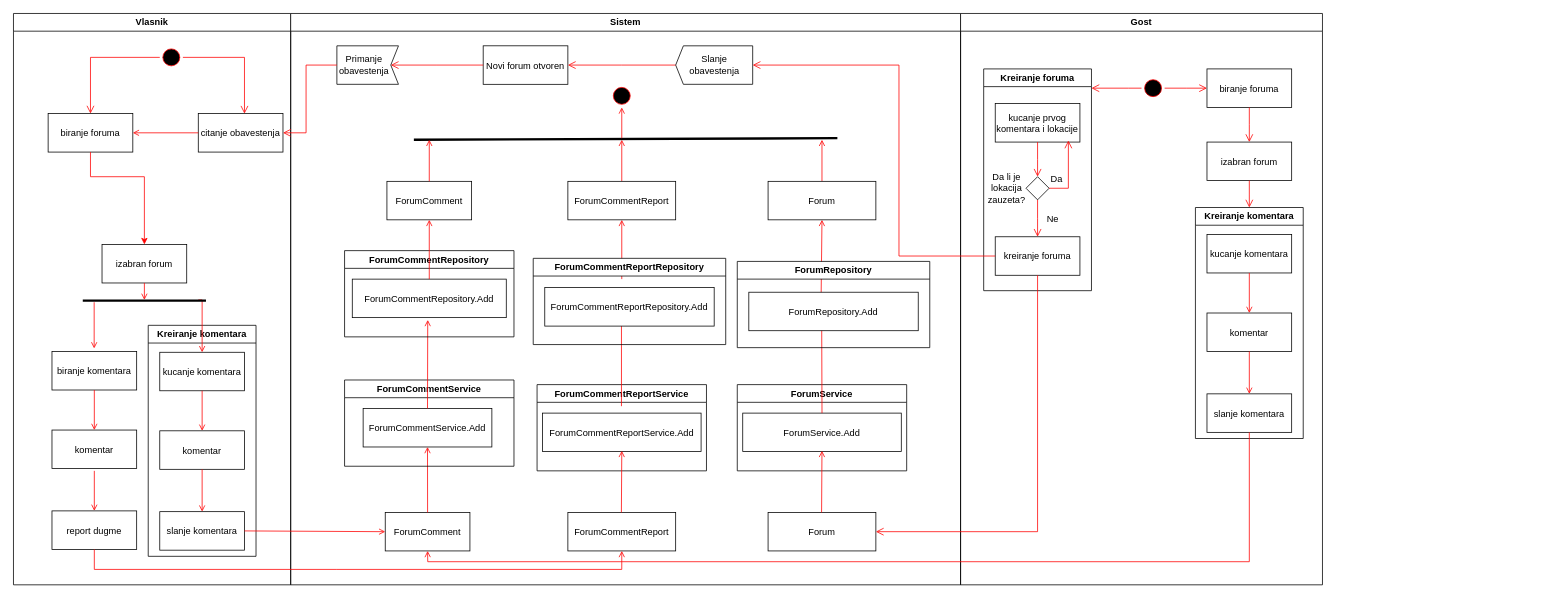
The draw.io diagram Diagrams/OwnerDiagrams/Dijagram aktivnosti.drawio in NenadGvozdenac/Simulacija-i-modeliranje-sistema, before the edit. Source tidied: cells renumbered, new cells numbered last; positions are measured from the earlier drawing's top-left corner, leaving out a move shared by most shapes. Both pictures are drawn from the tidied source at 77%, with x=0, y=0 at pixel (13, 13).
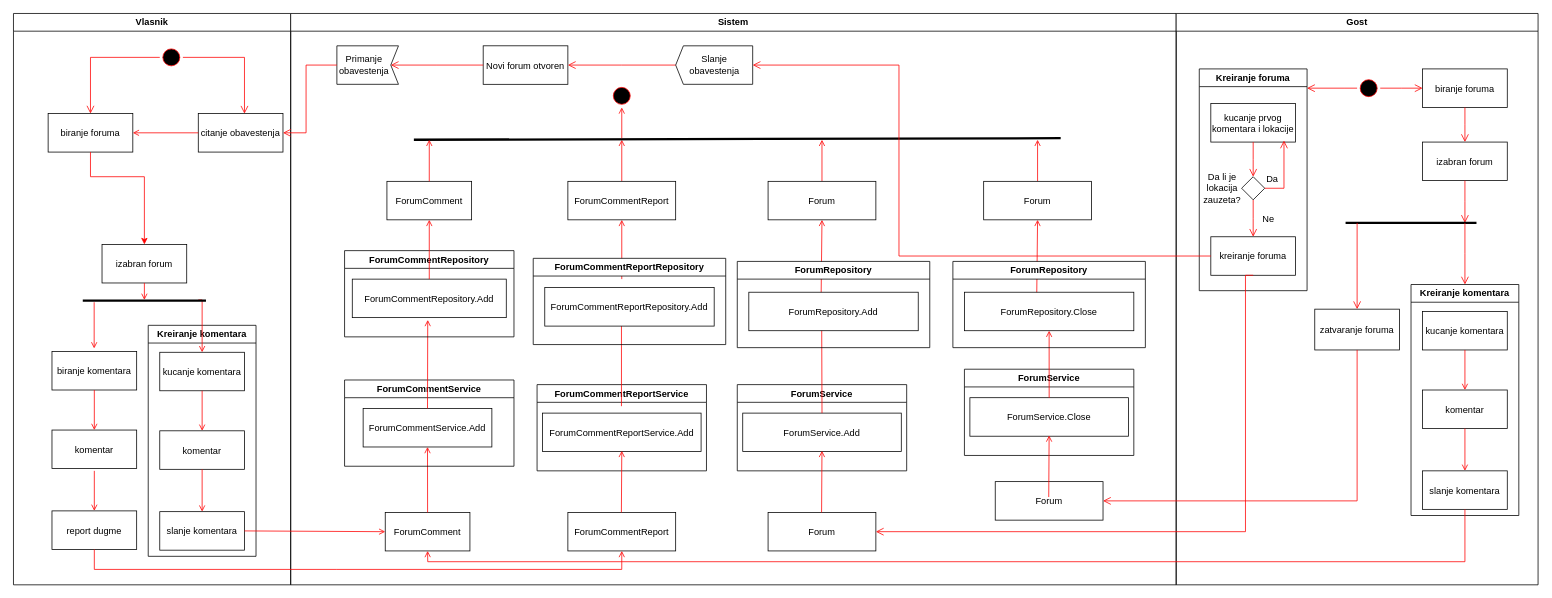
After the change.

Unchanged cells that the change refers to:
```xml
<mxCell id="30" value="ForumComment" parent="25" vertex="1">
  <mxGeometry x="122.8" y="648" width="110" height="50" as="geometry" />
</mxCell>
<mxCell id="56" value="Forum" parent="25" vertex="1">
  <mxGeometry x="620" y="648" width="140" height="50" as="geometry" />
</mxCell>
<mxCell id="76" value="kreiranje foruma" parent="74" vertex="1">
  <mxGeometry x="15" y="218" width="110" height="50" as="geometry" />
</mxCell>
<mxCell id="84" value="izabran forum" parent="69" vertex="1">
  <mxGeometry x="320" y="167" width="110" height="50" as="geometry" />
</mxCell>
```

Change to the diagram source:
```diff
@@
     <mxCell id="25" value="Sistem" style="swimlane;whiteSpace=wrap;" parent="1" vertex="1">
-      <mxGeometry x="360" width="870" height="742" as="geometry" />
+      <mxGeometry x="360" width="1150" height="742" as="geometry" />
     </mxCell>
@@
     <mxCell id="47" style="endArrow=none;html=1;rounded=0;strokeWidth=3;" parent="25" edge="1">
       <mxGeometry relative="1" as="geometry">
         <mxPoint x="160" y="164" as="sourcePoint" />
-        <mxPoint x="710" y="162" as="targetPoint" />
+        <mxPoint x="1000" y="162" as="targetPoint" />
       </mxGeometry>
     </mxCell>
@@
+    <mxCell id="99" value="Forum" parent="25" vertex="1">
+      <mxGeometry x="915" y="608" width="140" height="50" as="geometry" />
+    </mxCell>
+    <mxCell id="100" value="ForumService" style="swimlane;whiteSpace=wrap;" parent="25" vertex="1">
+      <mxGeometry x="875" y="462" width="220" height="112" as="geometry" />
+    </mxCell>
+    <mxCell id="101" value="ForumService.Close" parent="100" vertex="1">
+      <mxGeometry x="7.1" y="37" width="205.9" height="50" as="geometry" />
+    </mxCell>
+    <mxCell id="102" style="endArrow=open;strokeColor=#FF0000;endFill=1;rounded=0;exitX=0.5;exitY=0;exitDx=0;exitDy=0;" parent="100" edge="1">
+      <mxGeometry relative="1" as="geometry">
+        <mxPoint x="109.5" y="166" as="sourcePoint" />
+        <mxPoint x="110" y="86" as="targetPoint" />
+      </mxGeometry>
+    </mxCell>
+    <mxCell id="103" style="endArrow=open;strokeColor=#FF0000;endFill=1;rounded=0;exitX=0.5;exitY=0;exitDx=0;exitDy=0;" parent="25" edge="1" source="101" target="108">
+      <mxGeometry relative="1" as="geometry" />
+    </mxCell>
+    <mxCell id="104" style="endArrow=open;strokeColor=#FF0000;endFill=1;rounded=0;exitX=0.427;exitY=0.032;exitDx=0;exitDy=0;entryX=0.5;entryY=1;entryDx=0;entryDy=0;exitPerimeter=0;" parent="25" edge="1" source="108">
+      <mxGeometry relative="1" as="geometry">
+        <mxPoint x="970" y="268" as="targetPoint" />
+      </mxGeometry>
+    </mxCell>
+    <mxCell id="105" style="endArrow=open;strokeColor=#FF0000;endFill=1;rounded=0;exitX=0.5;exitY=0;exitDx=0;exitDy=0;" parent="25" edge="1">
+      <mxGeometry relative="1" as="geometry">
+        <mxPoint x="970" y="218" as="sourcePoint" />
+        <mxPoint x="970" y="164" as="targetPoint" />
+      </mxGeometry>
+    </mxCell>
+    <mxCell id="106" value="Forum" parent="25" vertex="1">
+      <mxGeometry x="900" y="218" width="140" height="50" as="geometry" />
+    </mxCell>
+    <mxCell id="107" value="ForumRepository" style="swimlane;whiteSpace=wrap;" parent="25" vertex="1">
+      <mxGeometry x="860" y="322" width="250" height="112" as="geometry" />
+    </mxCell>
+    <mxCell id="108" value="ForumRepository.Close" parent="107" vertex="1">
+      <mxGeometry x="15" y="40" width="220" height="50" as="geometry" />
+    </mxCell>
@@
     <mxCell id="69" value="Gost" style="swimlane;whiteSpace=wrap;" parent="1" vertex="1">
-      <mxGeometry x="1230" width="470" height="742" as="geometry" />
+      <mxGeometry x="1510" width="470" height="742" as="geometry" />
     </mxCell>
@@
     <mxCell id="86" value="kucanje komentara" parent="69" vertex="1">
-      <mxGeometry x="320" y="287" width="110" height="50" as="geometry" />
+      <mxGeometry x="320" y="387" width="110" height="50" as="geometry" />
     </mxCell>
     <mxCell id="87" value="komentar" parent="69" vertex="1">
-      <mxGeometry x="320" y="389" width="110" height="50" as="geometry" />
+      <mxGeometry x="320" y="489" width="110" height="50" as="geometry" />
     </mxCell>
@@
     <mxCell id="89" value="slanje komentara" parent="69" vertex="1">
-      <mxGeometry x="320" y="494" width="110" height="50" as="geometry" />
+      <mxGeometry x="320" y="594" width="110" height="50" as="geometry" />
     </mxCell>
     <mxCell id="90" style="endArrow=open;strokeColor=#FF0000;endFill=1;rounded=0;" parent="69" edge="1" target="89">
       <mxGeometry relative="1" as="geometry">
-        <mxPoint x="375" y="439" as="sourcePoint" />
+        <mxPoint x="375" y="539" as="sourcePoint" />
       </mxGeometry>
     </mxCell>
     <mxCell id="91" value="Kreiranje komentara" style="swimlane;whiteSpace=wrap;" parent="69" vertex="1">
-      <mxGeometry x="305" y="252" width="140" height="300" as="geometry" />
+      <mxGeometry x="305" y="352" width="140" height="300" as="geometry" />
     </mxCell>
-    <mxCell id="92" style="edgeStyle=elbowEdgeStyle;elbow=horizontal;verticalAlign=bottom;endArrow=open;endSize=8;strokeColor=#FF0000;endFill=1;rounded=0;exitX=0.5;exitY=1;exitDx=0;exitDy=0;entryX=0.5;entryY=0;entryDx=0;entryDy=0;" parent="69" edge="1" source="84" target="91">
-      <mxGeometry x="-3670" y="-386" as="geometry" />
+    <mxCell id="92" style="edgeStyle=elbowEdgeStyle;elbow=horizontal;verticalAlign=bottom;endArrow=open;endSize=8;strokeColor=#FF0000;endFill=1;rounded=0;exitX=0.5;exitY=1;exitDx=0;exitDy=0;" parent="69" edge="1" source="84">
+      <mxGeometry x="-3670" y="-386" as="geometry">
+        <mxPoint x="375" y="272" as="targetPoint" />
+      </mxGeometry>
     </mxCell>
+    <mxCell id="109" style="endArrow=none;html=1;rounded=0;strokeWidth=3;" parent="69" edge="1">
+      <mxGeometry relative="1" as="geometry">
+        <mxPoint x="220" y="272" as="sourcePoint" />
+        <mxPoint x="390" y="272" as="targetPoint" />
+      </mxGeometry>
+    </mxCell>
+    <mxCell id="110" value="zatvaranje foruma" parent="69" vertex="1">
+      <mxGeometry x="180" y="384" width="110" height="53" as="geometry" />
+    </mxCell>
+    <mxCell id="111" style="edgeStyle=elbowEdgeStyle;elbow=horizontal;verticalAlign=bottom;endArrow=open;endSize=8;strokeColor=#FF0000;endFill=1;rounded=0;entryX=0.5;entryY=0;entryDx=0;entryDy=0;" parent="69" edge="1" target="110">
+      <mxGeometry x="-4940" y="-514" as="geometry">
+        <mxPoint x="235" y="272" as="sourcePoint" />
+      </mxGeometry>
+    </mxCell>
@@
     <mxCell id="95" style="endArrow=open;strokeColor=#FF0000;endFill=1;rounded=0;exitX=0.5;exitY=1;exitDx=0;exitDy=0;entryX=0.5;entryY=1;entryDx=0;entryDy=0;" parent="1" edge="1" source="89" target="30">
       <mxGeometry relative="1" as="geometry">
         <Array as="points">
-          <mxPoint x="1605" y="712" />
+          <mxPoint x="1885" y="712" />
           <mxPoint x="538" y="712" />
         </Array>
       </mxGeometry>
     </mxCell>
@@
     <mxCell id="98" style="edgeStyle=elbowEdgeStyle;elbow=horizontal;verticalAlign=bottom;endArrow=open;endSize=8;strokeColor=#FF0000;endFill=1;rounded=0;exitX=0.5;exitY=1;exitDx=0;exitDy=0;entryX=1;entryY=0.5;entryDx=0;entryDy=0;" parent="1" edge="1" source="76" target="56">
       <mxGeometry x="60" y="40" as="geometry">
         <Array as="points">
-          <mxPoint x="1330" y="512" />
+          <mxPoint x="1600" y="522" />
         </Array>
       </mxGeometry>
     </mxCell>
+    <mxCell id="112" style="edgeStyle=elbowEdgeStyle;elbow=horizontal;verticalAlign=bottom;endArrow=open;endSize=8;strokeColor=#FF0000;endFill=1;rounded=0;entryX=0.5;entryY=0;entryDx=0;entryDy=0;" parent="1" edge="1" target="91">
+      <mxGeometry x="-3670" y="-386" as="geometry">
+        <mxPoint x="1885" y="272" as="sourcePoint" />
+      </mxGeometry>
+    </mxCell>
+    <mxCell id="113" style="edgeStyle=elbowEdgeStyle;elbow=horizontal;verticalAlign=bottom;endArrow=open;endSize=8;strokeColor=#FF0000;endFill=1;rounded=0;entryX=1;entryY=0.5;entryDx=0;entryDy=0;exitX=0.5;exitY=1;exitDx=0;exitDy=0;" parent="1" edge="1" source="110" target="99">
+      <mxGeometry x="-4940" y="-514" as="geometry">
+        <Array as="points">
+          <mxPoint x="1745" y="552" />
+        </Array>
+      </mxGeometry>
+    </mxCell>
```
